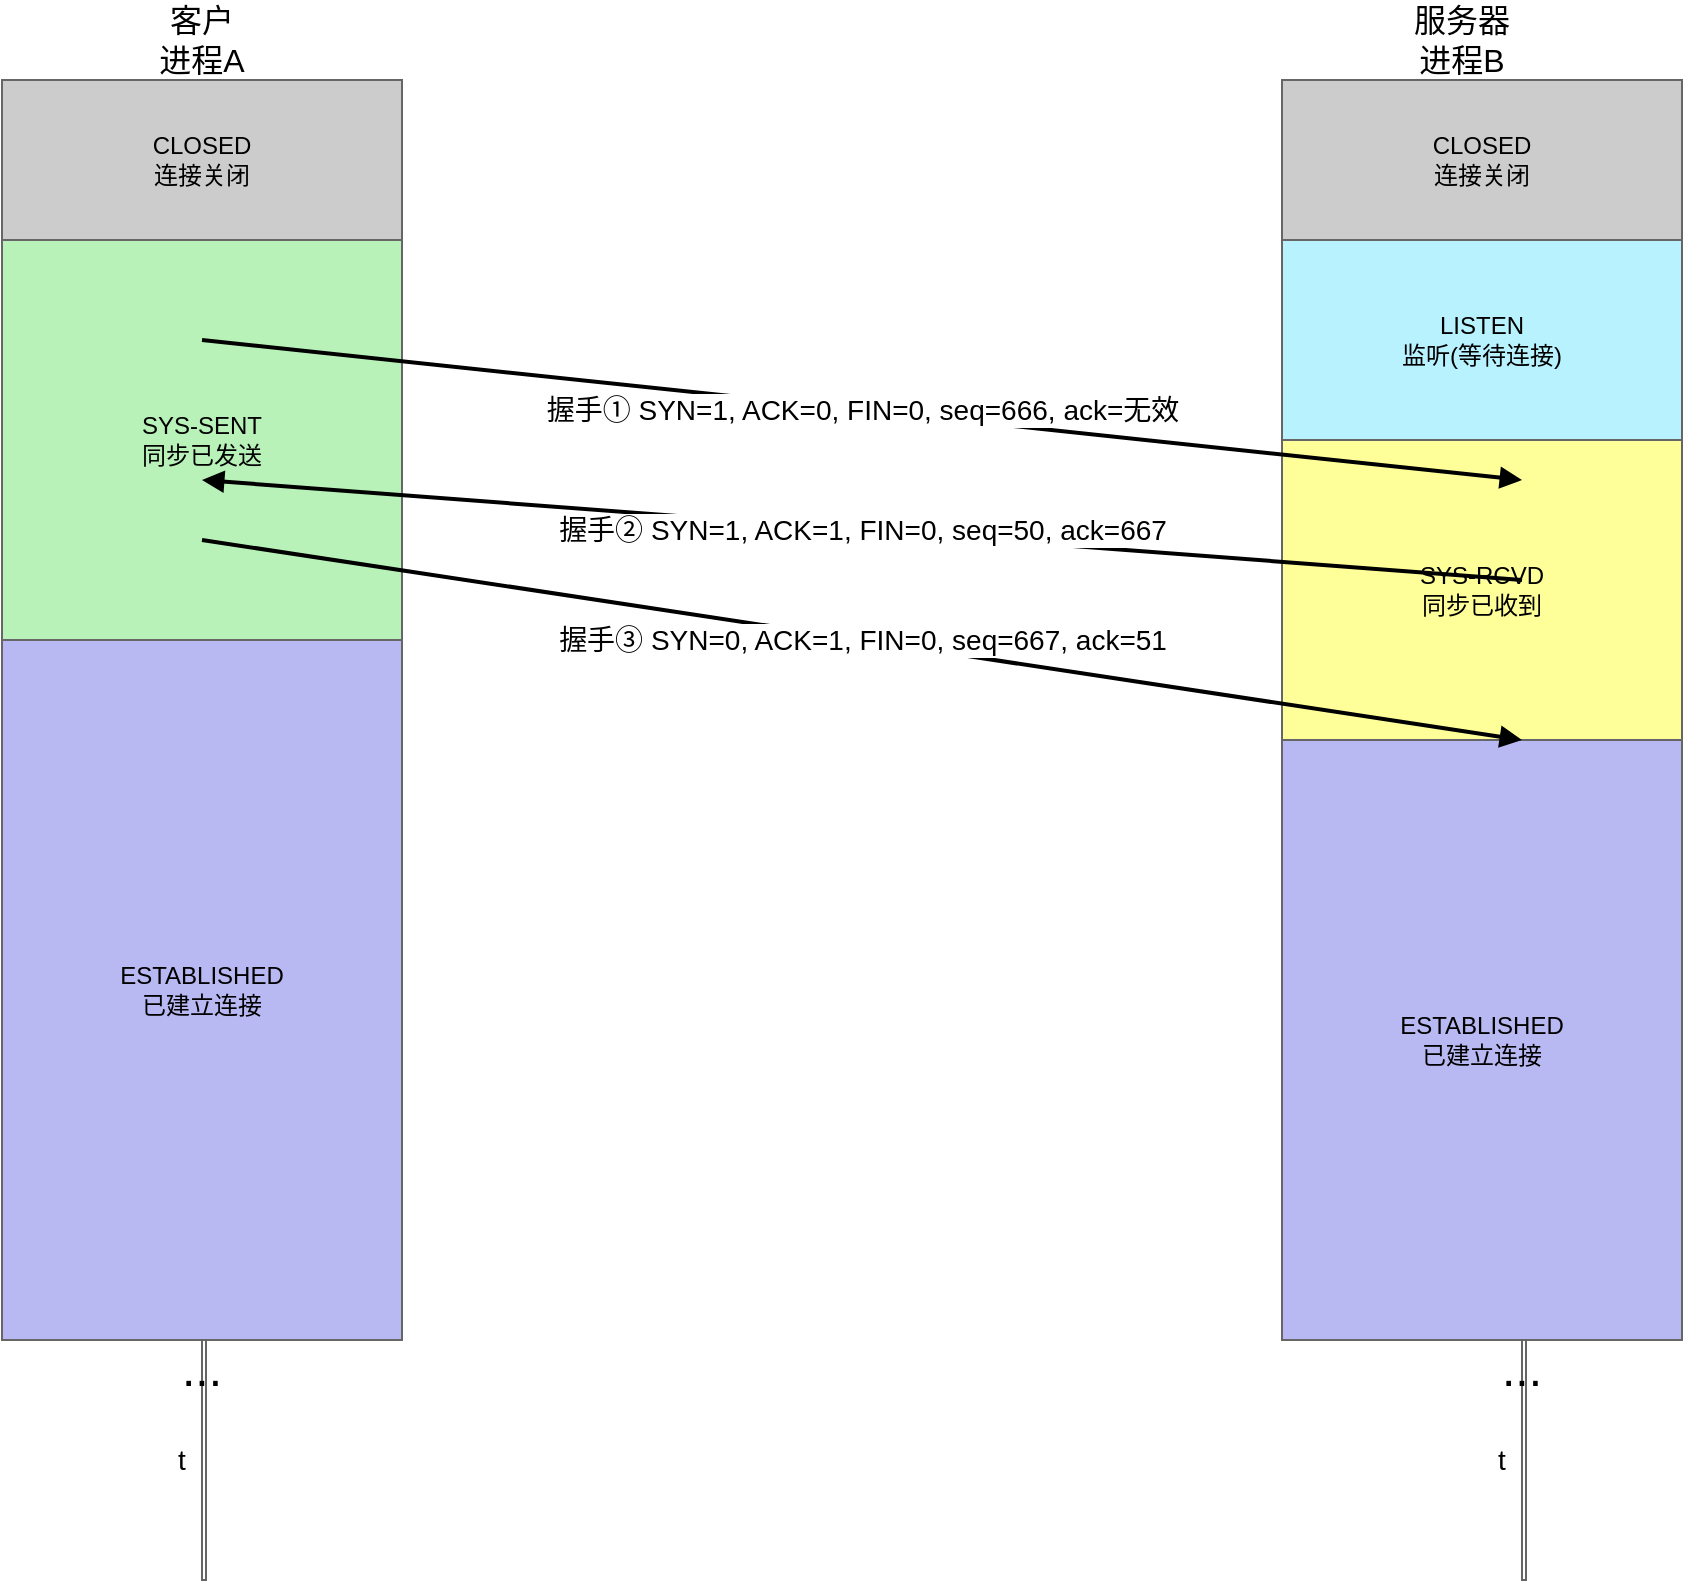
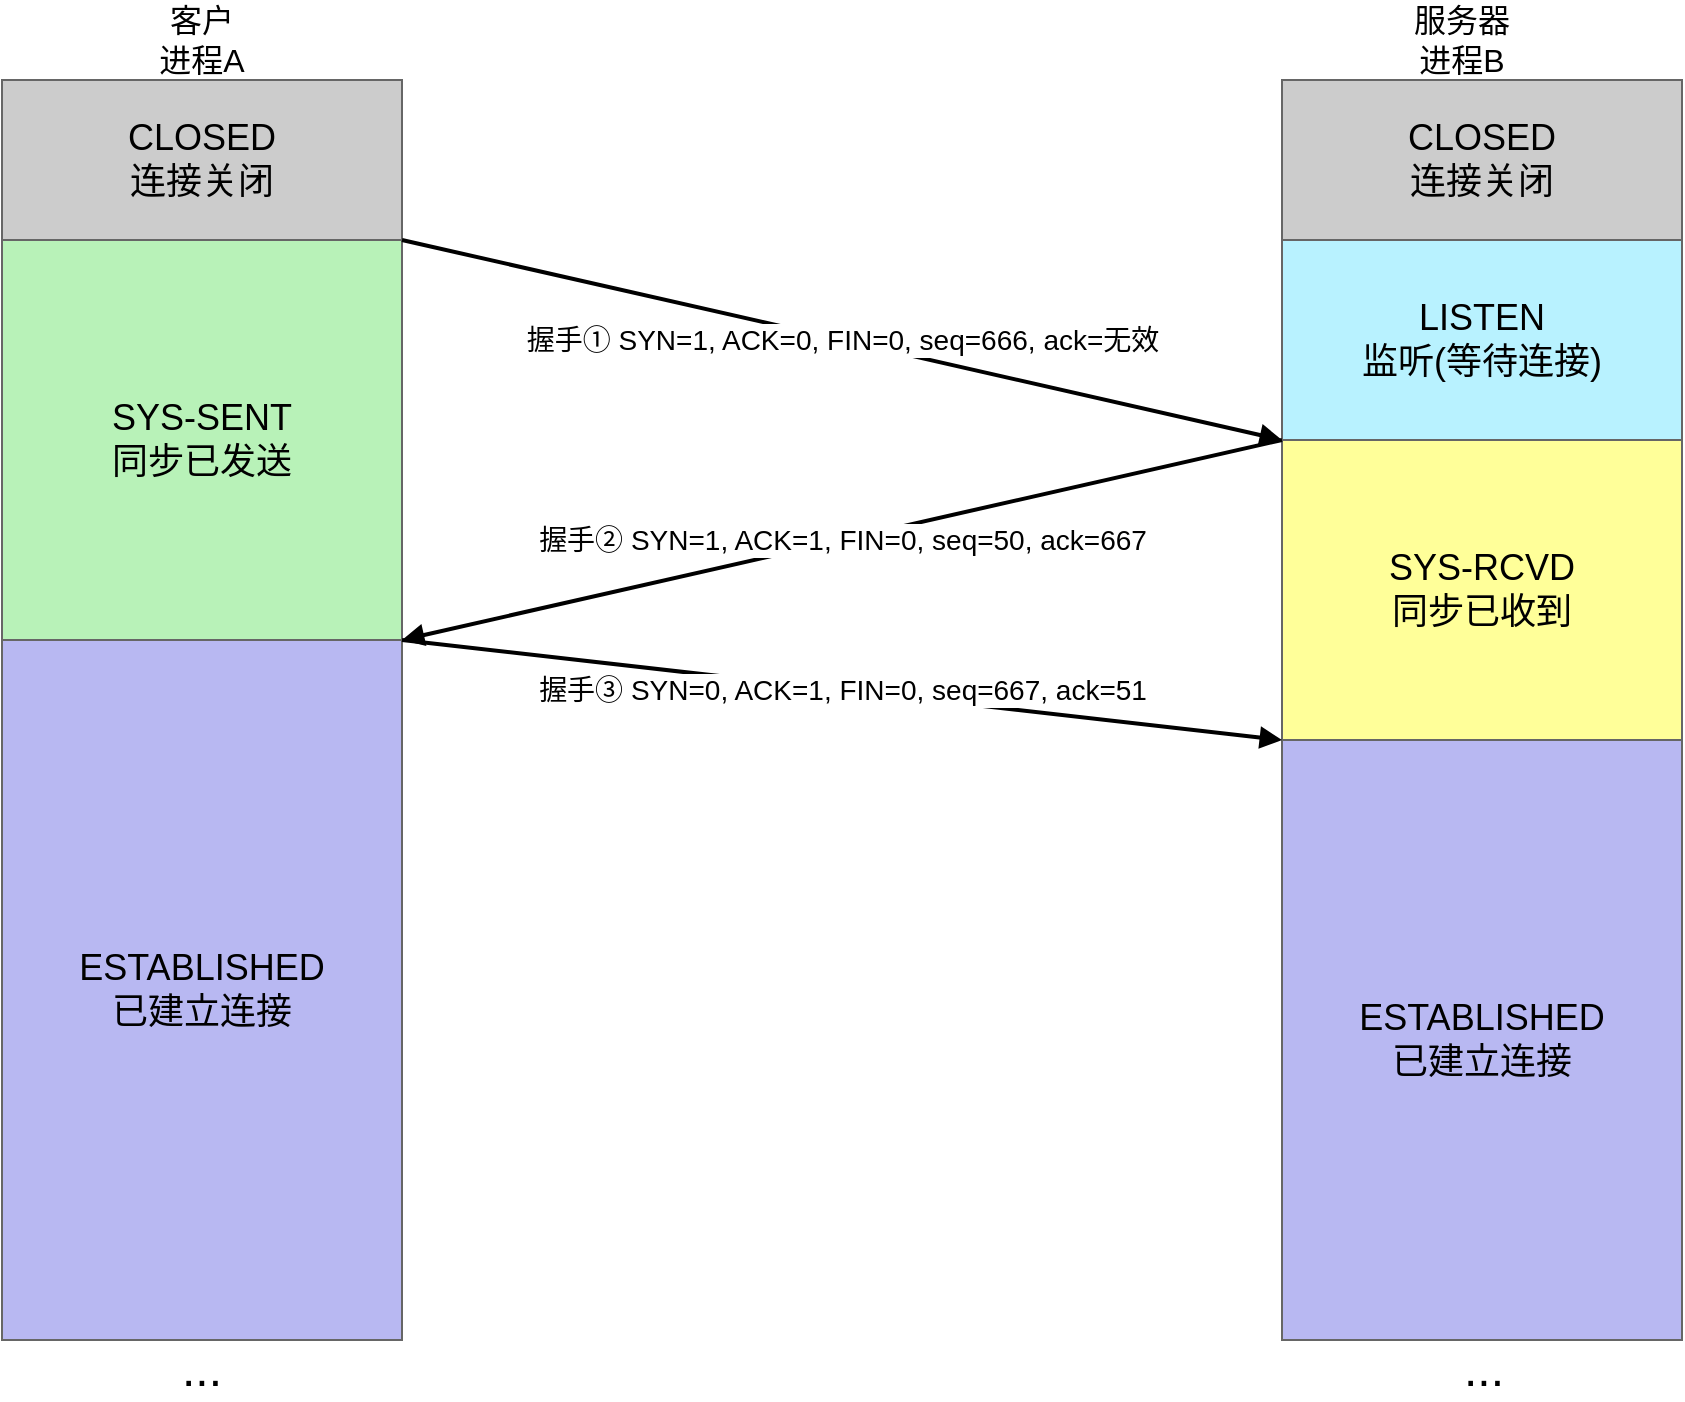
<mxfile host="app.diagrams.net">
  <diagram id="TCP-3way-handshake" name="TCP三次握手">
-     <mxGraphModel dx="1200" dy="800" grid="1" gridSize="10" guides="1" tooltips="1" connect="1" arrows="1">
+     <mxGraphModel dx="1323" dy="809" grid="1" gridSize="10" guides="1" tooltips="1" connect="1" arrows="1" fold="1" page="1" pageScale="1" pageWidth="827" pageHeight="1169" math="0" shadow="0">
      <root>
-         <mxCell id="0"/>
-         <mxCell id="1" parent="0"/>
- 
-         <mxCell id="colA" value="" style="endArrow=none;html=1;strokeColor=#666666;" vertex="1" parent="1">
-           <mxGeometry x="120" y="50" width="2" height="750" as="geometry"/>
+         <mxCell id="0" />
+         <mxCell id="1" parent="0" />
+         <mxCell id="stateA1" parent="1" style="rounded=0;whiteSpace=wrap;html=1;fillColor=#CCCCCC;strokeColor=#666666;" value="&lt;font style=&quot;font-size: 18px;&quot;&gt;CLOSED&lt;br&gt;连接关闭&lt;/font&gt;" vertex="1">
+           <mxGeometry height="80" width="200" x="20" y="50" as="geometry" />
        </mxCell>
- 
-         <mxCell id="stateA1" value="CLOSED&#xa;连接关闭" style="rounded=0;whiteSpace=wrap;html=1;fillColor=#CCCCCC;strokeColor=#666666;" vertex="1" parent="1">
-           <mxGeometry x="20" y="50" width="200" height="80" as="geometry"/>
+         <mxCell id="stateA2" parent="1" style="rounded=0;whiteSpace=wrap;html=1;fillColor=#B8F2B8;strokeColor=#666666;" value="&lt;font style=&quot;font-size: 18px;&quot;&gt;SYS-SENT&lt;br&gt;同步已发送&lt;/font&gt;" vertex="1">
+           <mxGeometry height="200" width="200" x="20" y="130" as="geometry" />
        </mxCell>
- 
-         <mxCell id="stateA2" value="SYS-SENT&#xa;同步已发送" style="rounded=0;whiteSpace=wrap;html=1;fillColor=#B8F2B8;strokeColor=#666666;" vertex="1" parent="1">
-           <mxGeometry x="20" y="130" width="200" height="200" as="geometry"/>
+         <mxCell id="stateA3" parent="1" style="rounded=0;whiteSpace=wrap;html=1;fillColor=#B8B8F2;strokeColor=#666666;" value="&lt;font style=&quot;font-size: 18px;&quot;&gt;ESTABLISHED&lt;br&gt;已建立连接&lt;/font&gt;" vertex="1">
+           <mxGeometry height="350" width="200" x="20" y="330" as="geometry" />
        </mxCell>
- 
-         <mxCell id="stateA3" value="ESTABLISHED&#xa;已建立连接" style="rounded=0;whiteSpace=wrap;html=1;fillColor=#B8B8F2;strokeColor=#666666;" vertex="1" parent="1">
-           <mxGeometry x="20" y="330" width="200" height="350" as="geometry"/>
+         <mxCell id="dotsA" parent="1" style="text;html=1;strokeColor=none;fillColor=none;align=center;verticalAlign=middle;whiteSpace=wrap;rounded=0;fontSize=24;" value="..." vertex="1">
+           <mxGeometry height="30" width="40" x="100" y="680" as="geometry" />
        </mxCell>
- 
-         <mxCell id="dotsA" value="..." style="text;html=1;strokeColor=none;fillColor=none;align=center;verticalAlign=middle;whiteSpace=wrap;rounded=0;fontSize=24;" vertex="1" parent="1">
-           <mxGeometry x="100" y="680" width="40" height="30" as="geometry"/>
+         <mxCell id="labelA" parent="1" style="text;html=1;strokeColor=none;fillColor=none;align=center;verticalAlign=middle;whiteSpace=wrap;rounded=0;fontSize=16;" value="客户&#xa;进程A" vertex="1">
+           <mxGeometry height="40" width="100" x="70" y="10" as="geometry" />
        </mxCell>
- 
-         <mxCell id="labelA" value="客户&#xa;进程A" style="text;html=1;strokeColor=none;fillColor=none;align=center;verticalAlign=middle;whiteSpace=wrap;rounded=0;fontSize=16;" vertex="1" parent="1">
-           <mxGeometry x="70" y="10" width="100" height="40" as="geometry"/>
+         <mxCell id="stateB1" parent="1" style="rounded=0;whiteSpace=wrap;html=1;fillColor=#CCCCCC;strokeColor=#666666;" value="&lt;font style=&quot;font-size: 18px;&quot;&gt;CLOSED&lt;br&gt;连接关闭&lt;/font&gt;" vertex="1">
+           <mxGeometry height="80" width="200" x="660" y="50" as="geometry" />
        </mxCell>
- 
-         <mxCell id="colB" value="" style="endArrow=none;html=1;strokeColor=#666666;" vertex="1" parent="1">
-           <mxGeometry x="780" y="50" width="2" height="750" as="geometry"/>
+         <mxCell id="stateB2" parent="1" style="rounded=0;whiteSpace=wrap;html=1;fillColor=#B8F2FF;strokeColor=#666666;" value="&lt;font style=&quot;font-size: 18px;&quot;&gt;LISTEN&lt;br&gt;监听(等待连接)&lt;/font&gt;" vertex="1">
+           <mxGeometry height="100" width="200" x="660" y="130" as="geometry" />
        </mxCell>
- 
-         <mxCell id="stateB1" value="CLOSED&#xa;连接关闭" style="rounded=0;whiteSpace=wrap;html=1;fillColor=#CCCCCC;strokeColor=#666666;" vertex="1" parent="1">
-           <mxGeometry x="660" y="50" width="200" height="80" as="geometry"/>
+         <mxCell id="stateB3" parent="1" style="rounded=0;whiteSpace=wrap;html=1;fillColor=#FFFF99;strokeColor=#666666;" value="&lt;font style=&quot;font-size: 18px;&quot;&gt;SYS-RCVD&lt;br&gt;同步已收到&lt;/font&gt;" vertex="1">
+           <mxGeometry height="150" width="200" x="660" y="230" as="geometry" />
        </mxCell>
- 
-         <mxCell id="stateB2" value="LISTEN&#xa;监听(等待连接)" style="rounded=0;whiteSpace=wrap;html=1;fillColor=#B8F2FF;strokeColor=#666666;" vertex="1" parent="1">
-           <mxGeometry x="660" y="130" width="200" height="100" as="geometry"/>
+         <mxCell id="stateB4" parent="1" style="rounded=0;whiteSpace=wrap;html=1;fillColor=#B8B8F2;strokeColor=#666666;" value="&lt;font style=&quot;font-size: 18px;&quot;&gt;ESTABLISHED&lt;br&gt;已建立连接&lt;/font&gt;" vertex="1">
+           <mxGeometry height="300" width="200" x="660" y="380" as="geometry" />
        </mxCell>
- 
-         <mxCell id="stateB3" value="SYS-RCVD&#xa;同步已收到" style="rounded=0;whiteSpace=wrap;html=1;fillColor=#FFFF99;strokeColor=#666666;" vertex="1" parent="1">
-           <mxGeometry x="660" y="230" width="200" height="150" as="geometry"/>
+         <mxCell id="dotsB" parent="1" style="text;html=1;strokeColor=none;fillColor=none;align=center;verticalAlign=middle;whiteSpace=wrap;rounded=0;fontSize=24;" value="..." vertex="1">
+           <mxGeometry height="30" width="40" x="741" y="680" as="geometry" />
        </mxCell>
- 
-         <mxCell id="stateB4" value="ESTABLISHED&#xa;已建立连接" style="rounded=0;whiteSpace=wrap;html=1;fillColor=#B8B8F2;strokeColor=#666666;" vertex="1" parent="1">
-           <mxGeometry x="660" y="380" width="200" height="300" as="geometry"/>
+         <mxCell id="labelB" parent="1" style="text;html=1;strokeColor=none;fillColor=none;align=center;verticalAlign=middle;whiteSpace=wrap;rounded=0;fontSize=16;" value="服务器&#xa;进程B" vertex="1">
+           <mxGeometry height="40" width="100" x="700" y="10" as="geometry" />
        </mxCell>
- 
-         <mxCell id="dotsB" value="..." style="text;html=1;strokeColor=none;fillColor=none;align=center;verticalAlign=middle;whiteSpace=wrap;rounded=0;fontSize=24;" vertex="1" parent="1">
-           <mxGeometry x="760" y="680" width="40" height="30" as="geometry"/>
-         </mxCell>
- 
-         <mxCell id="labelB" value="服务器&#xa;进程B" style="text;html=1;strokeColor=none;fillColor=none;align=center;verticalAlign=middle;whiteSpace=wrap;rounded=0;fontSize=16;" vertex="1" parent="1">
-           <mxGeometry x="700" y="10" width="100" height="40" as="geometry"/>
-         </mxCell>
- 
-         <mxCell id="timeA" value="t" style="text;html=1;strokeColor=none;fillColor=none;align=center;verticalAlign=middle;whiteSpace=wrap;rounded=0;fontSize=14;" vertex="1" parent="1">
-           <mxGeometry x="100" y="730" width="20" height="20" as="geometry"/>
-         </mxCell>
- 
-         <mxCell id="timeB" value="t" style="text;html=1;strokeColor=none;fillColor=none;align=center;verticalAlign=middle;whiteSpace=wrap;rounded=0;fontSize=14;" vertex="1" parent="1">
-           <mxGeometry x="760" y="730" width="20" height="20" as="geometry"/>
-         </mxCell>
- 
-         <mxCell id="arrow1" value="握手① SYN=1, ACK=0, FIN=0, seq=666, ack=无效" style="endArrow=block;html=1;strokeWidth=2;fillColor=#000000;labelBackgroundColor=#ffffff;fontSize=14;" edge="1" parent="1">
+         <mxCell id="arrow1" edge="1" parent="1" source="stateA2" style="endArrow=block;html=1;strokeWidth=2;fillColor=#000000;labelBackgroundColor=#ffffff;fontSize=14;entryX=0;entryY=1;entryDx=0;entryDy=0;exitX=1;exitY=0;exitDx=0;exitDy=0;" target="stateB2" value="握手① SYN=1, ACK=0, FIN=0, seq=666, ack=无效">
          <mxGeometry relative="1" as="geometry">
-             <mxPoint x="120" y="180" as="sourcePoint"/>
-             <mxPoint x="780" y="250" as="targetPoint"/>
+             <mxPoint as="offset" />
+             <mxPoint x="120" y="180" as="sourcePoint" />
+             <mxPoint x="780" y="250" as="targetPoint" />
          </mxGeometry>
        </mxCell>
- 
-         <mxCell id="arrow2" value="握手② SYN=1, ACK=1, FIN=0, seq=50, ack=667" style="endArrow=block;html=1;strokeWidth=2;fillColor=#000000;labelBackgroundColor=#ffffff;fontSize=14;" edge="1" parent="1">
+         <mxCell id="arrow2" edge="1" parent="1" source="stateB3" style="endArrow=block;html=1;strokeWidth=2;fillColor=#000000;labelBackgroundColor=#ffffff;fontSize=14;exitX=0;exitY=0;exitDx=0;exitDy=0;entryX=1;entryY=1;entryDx=0;entryDy=0;" target="stateA2" value="握手② SYN=1, ACK=1, FIN=0, seq=50, ack=667">
          <mxGeometry relative="1" as="geometry">
-             <mxPoint x="780" y="300" as="sourcePoint"/>
-             <mxPoint x="120" y="250" as="targetPoint"/>
+             <mxPoint x="650" y="230" as="sourcePoint" />
+             <mxPoint x="120" y="250" as="targetPoint" />
          </mxGeometry>
        </mxCell>
- 
-         <mxCell id="arrow3" value="握手③ SYN=0, ACK=1, FIN=0, seq=667, ack=51" style="endArrow=block;html=1;strokeWidth=2;fillColor=#000000;labelBackgroundColor=#ffffff;fontSize=14;" edge="1" parent="1">
+         <mxCell id="arrow3" edge="1" parent="1" source="stateA2" style="endArrow=block;html=1;strokeWidth=2;fillColor=#000000;labelBackgroundColor=#ffffff;fontSize=14;exitX=1;exitY=1;exitDx=0;exitDy=0;entryX=0;entryY=0;entryDx=0;entryDy=0;" target="stateB4" value="握手③ SYN=0, ACK=1, FIN=0, seq=667, ack=51">
          <mxGeometry relative="1" as="geometry">
-             <mxPoint x="120" y="280" as="sourcePoint"/>
-             <mxPoint x="780" y="380" as="targetPoint"/>
+             <mxPoint x="120" y="280" as="sourcePoint" />
+             <mxPoint x="780" y="380" as="targetPoint" />
          </mxGeometry>
        </mxCell>
      </root>
    </mxGraphModel>
  </diagram>
</mxfile>
